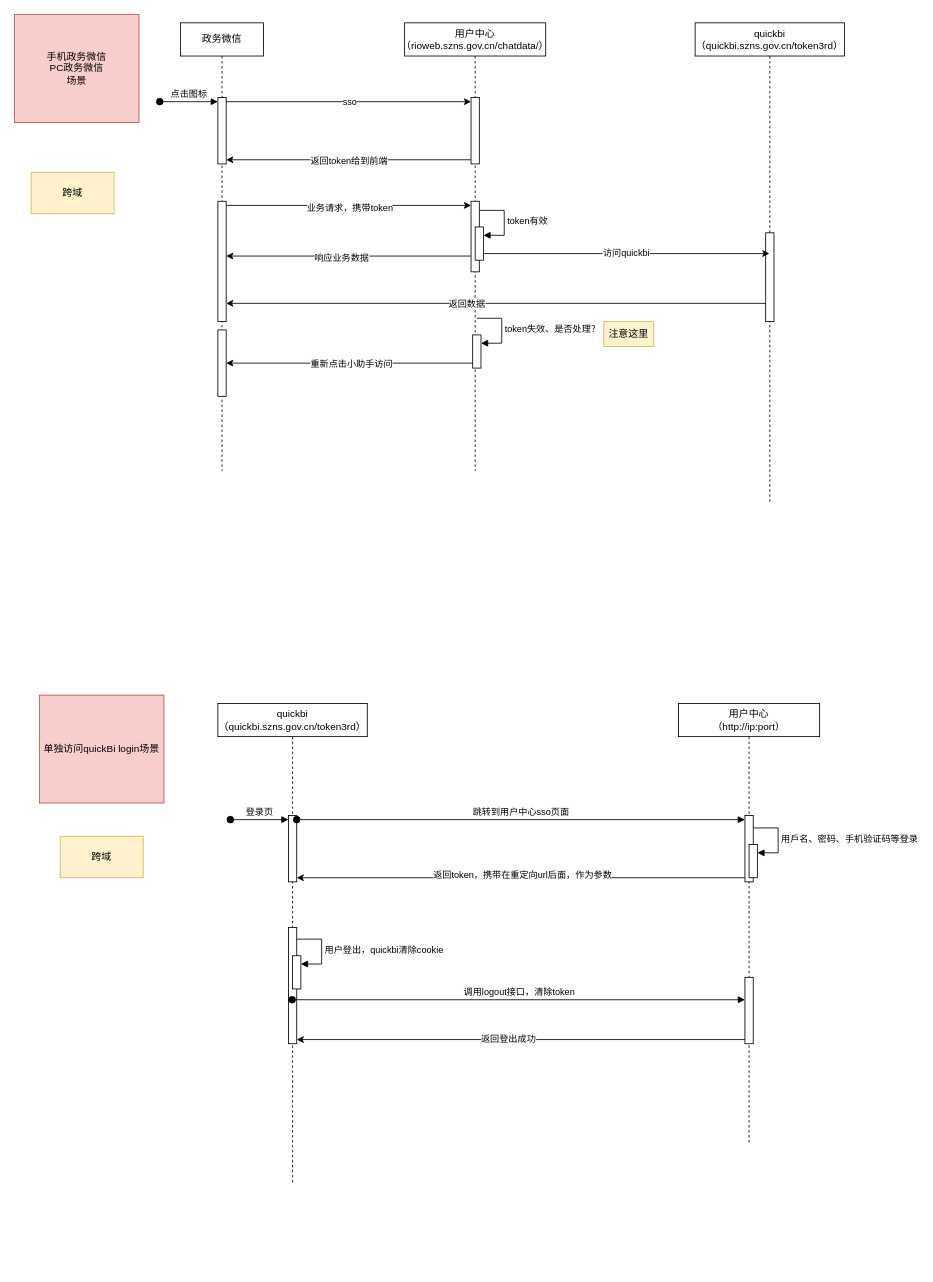
This is qh/quickbisso.drawio from shaominghuiwhatsup/graph, a draw.io file, before an edit. Source tidied: cells renumbered, new cells numbered last; positions are measured from the earlier drawing's top-left corner, leaving out a move shared by most shapes. Both pictures are drawn from the tidied source at 83%, with x=0, y=0 at pixel (14, 14).
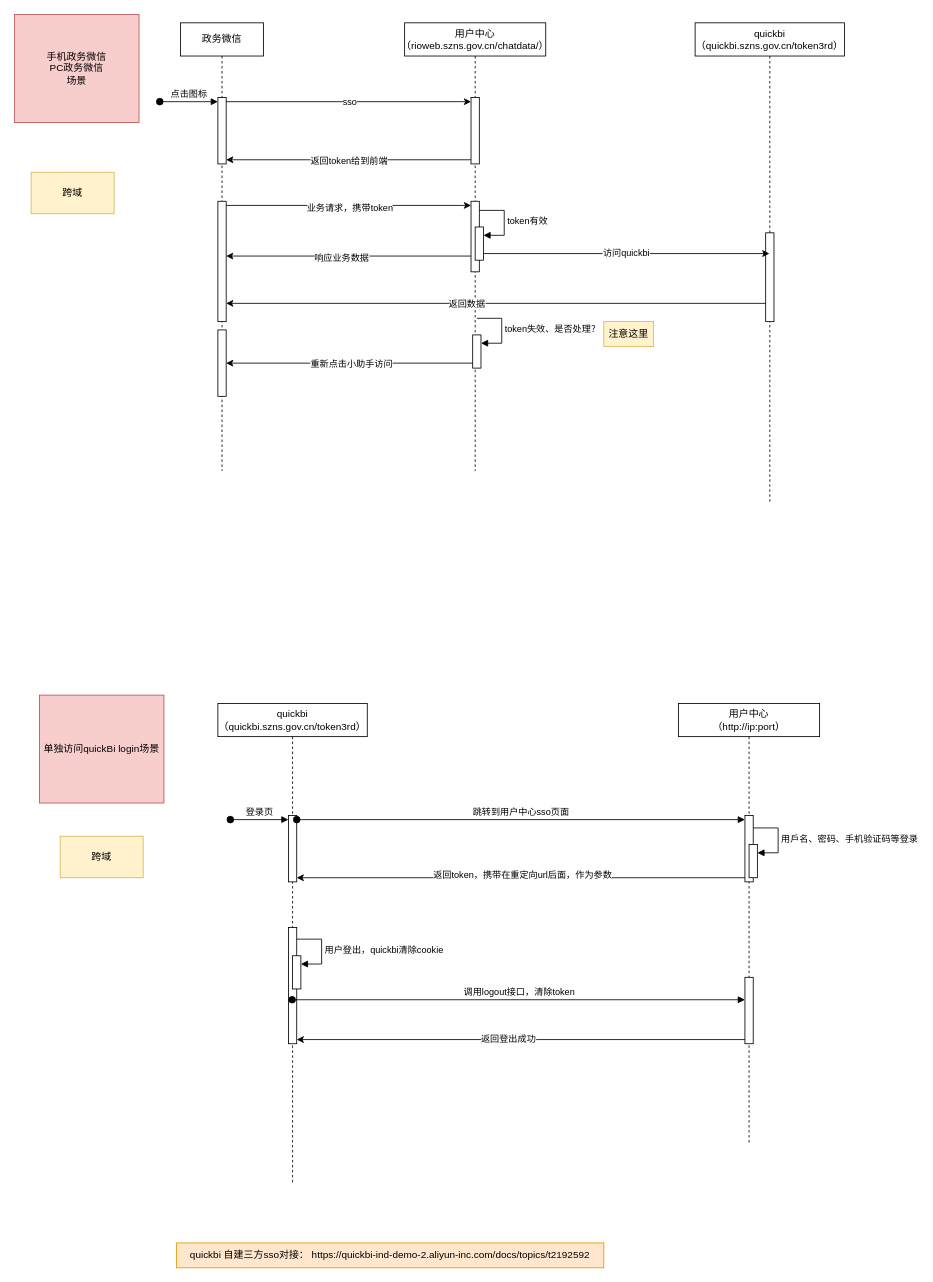
The same page after the edit.

What changed in the source:
```diff
@@
+    <mxCell id="51" value="quickbi 自建三方sso对接： https://quickbi-ind-demo-2.aliyun-inc.com/docs/topics/t2192592" style="text;html=1;align=center;verticalAlign=middle;whiteSpace=wrap;rounded=0;fillColor=#ffe6cc;strokeColor=#d79b00;" parent="1" vertex="1">
+      <mxGeometry x="195" y="1480" width="515" height="30" as="geometry" />
+    </mxCell>
```
